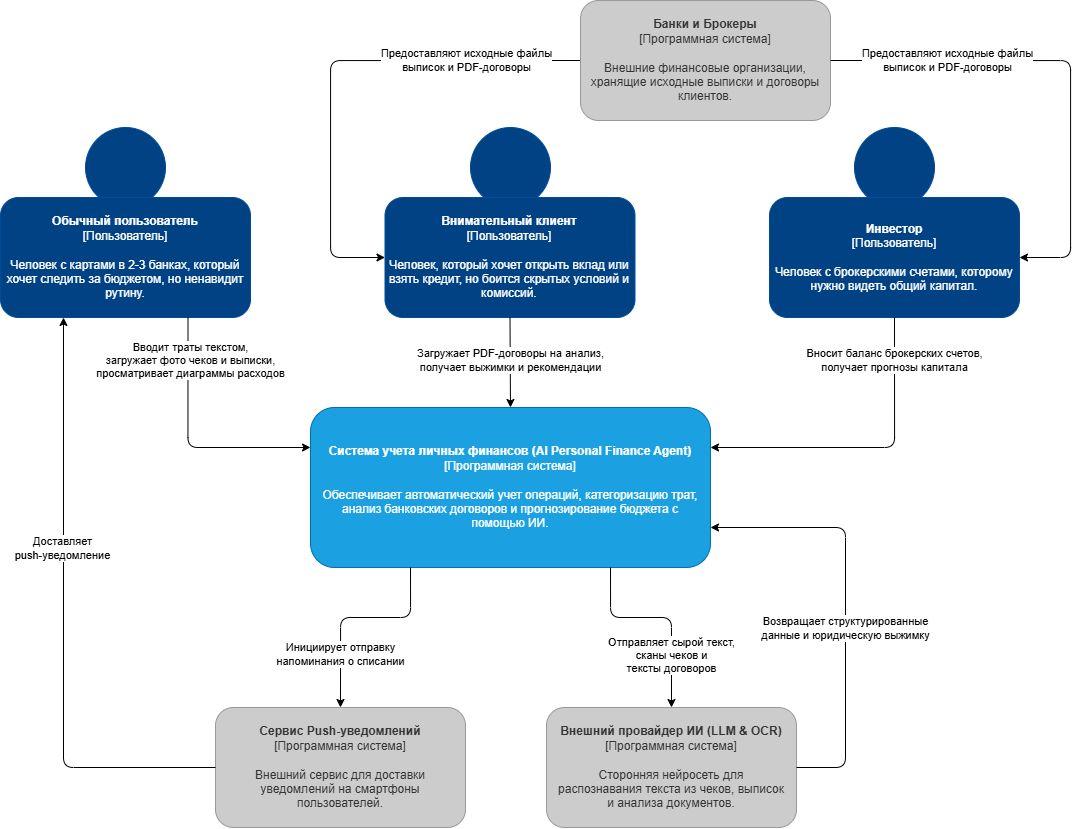
This is assests/scheme_C4/scheme_C4_leve1.png from MrDuckVC/management-of-it-projects-VKEdu, a draw.io export, as it was before one commit. Source tidied: cells renumbered, new cells last; positions are measured from the earlier drawing's top-left corner, leaving out a move shared by most shapes. Source of this version:
```xml
<mxGraphModel>
  <root>
    <mxCell id="0" />
    <mxCell id="1" parent="0" />
    <mxCell id="2" style="ellipse;whiteSpace=wrap;html=1;fillColor=#004283;strokeColor=#004C99;" parent="1" vertex="1">
      <mxGeometry x="85" y="127" width="80" height="80" as="geometry" />
    </mxCell>
    <mxCell id="3" style="ellipse;whiteSpace=wrap;html=1;fillColor=#004283;strokeColor=#004C99;" parent="1" vertex="1">
      <mxGeometry x="470" y="127" width="80" height="80" as="geometry" />
    </mxCell>
    <mxCell id="4" style="ellipse;whiteSpace=wrap;html=1;fillColor=#004283;strokeColor=#004C99;" parent="1" vertex="1">
      <mxGeometry x="854" y="127" width="80" height="80" as="geometry" />
    </mxCell>
    <mxCell id="5" value="&lt;b&gt;Система учета личных финансов (AI Personal Finance Agent)&lt;/b&gt;&lt;br&gt;[Программная система]&lt;br&gt;&lt;br&gt;Обеспечивает автоматический учет операций, категоризацию трат, анализ банковских договоров и прогнозирование бюджета с помощью ИИ." style="rounded=1;whiteSpace=wrap;html=1;fillColor=#1ba1e2;strokeColor=#006EAF;fontColor=#ffffff;align=center;verticalAlign=middle;spacing=10;" parent="1" vertex="1">
      <mxGeometry x="310" y="407" width="400" height="160" as="geometry" />
    </mxCell>
    <mxCell id="6" value="&lt;b&gt;Обычный пользователь&lt;/b&gt;&lt;br&gt;[Пользователь]&lt;br&gt;&lt;br&gt;Человек с картами в 2-3 банках, который хочет следить за бюджетом, но ненавидит рутину." style="shape=mxgraph.basic.person;html=1;fillColor=#004283;strokeColor=#004C99;fontColor=#FFFFFF;verticalLabelPosition=middle;verticalAlign=middle;align=center;labelBackgroundColor=none;fontStyle=0;rounded=1;convertToSvg=0;labelPosition=center;whiteSpace=wrap;" parent="1" vertex="1">
      <mxGeometry y="197" width="250" height="120" as="geometry" />
    </mxCell>
    <mxCell id="7" value="&lt;b&gt;Внимательный клиент&lt;/b&gt;&lt;br&gt;[Пользователь]&lt;br&gt;&lt;br&gt;Человек, который хочет открыть вклад или взять кредит, но боится скрытых условий и комиссий." style="shape=mxgraph.basic.person;html=1;fillColor=#004283;strokeColor=#004C99;fontColor=#FFFFFF;verticalLabelPosition=middle;verticalAlign=middle;align=center;labelBackgroundColor=none;fontStyle=0;rounded=1;convertToSvg=0;labelPosition=center;whiteSpace=wrap;" parent="1" vertex="1">
      <mxGeometry x="384.5" y="197" width="250" height="120" as="geometry" />
    </mxCell>
    <mxCell id="8" value="&lt;b&gt;Инвестор&lt;/b&gt;&lt;br&gt;[Пользователь]&lt;br&gt;&lt;br&gt;Человек с брокерскими счетами, которому нужно видеть общий капитал." style="shape=mxgraph.basic.person;html=1;fillColor=#004283;strokeColor=#004C99;fontColor=#FFFFFF;verticalLabelPosition=middle;verticalAlign=middle;align=center;labelBackgroundColor=none;fontStyle=0;rounded=1;convertToSvg=0;labelPosition=center;whiteSpace=wrap;" parent="1" vertex="1">
      <mxGeometry x="769" y="197" width="250" height="120" as="geometry" />
    </mxCell>
    <mxCell id="9" value="&lt;b&gt;Внешний провайдер ИИ (LLM &amp; OCR)&lt;/b&gt;&lt;br/&gt;[Программная система]&lt;br/&gt;&lt;br/&gt;Сторонняя нейросеть для распознавания текста из чеков, выписок и анализа документов." style="rounded=1;whiteSpace=wrap;html=1;fillColor=#CCCCCC;strokeColor=#999999;fontColor=#333333;align=center;verticalAlign=middle;spacing=10;" parent="1" vertex="1">
      <mxGeometry x="546" y="707" width="250" height="120" as="geometry" />
    </mxCell>
    <mxCell id="10" value="&lt;b&gt;Сервис Push-уведомлений&lt;/b&gt;&lt;br/&gt;[Программная система]&lt;br/&gt;&lt;br/&gt;Внешний сервис для доставки уведомлений на смартфоны пользователей." style="rounded=1;whiteSpace=wrap;html=1;fillColor=#CCCCCC;strokeColor=#999999;fontColor=#333333;align=center;verticalAlign=middle;spacing=10;" parent="1" vertex="1">
      <mxGeometry x="215" y="707" width="250" height="120" as="geometry" />
    </mxCell>
    <mxCell id="11" style="edgeStyle=orthogonalEdgeStyle;rounded=1;jettySize=auto;html=1;exitX=0;exitY=0.5;exitDx=0;exitDy=0;entryX=0;entryY=0.5;entryDx=0;entryDy=0;curved=0;" parent="1" edge="1" source="13" target="7">
      <mxGeometry relative="1" as="geometry">
        <Array as="points">
          <mxPoint x="330" y="60" />
          <mxPoint x="330" y="257" />
        </Array>
      </mxGeometry>
    </mxCell>
    <mxCell id="12" value="Предоставляют исходные файлы&lt;div&gt;выписок и PDF-договоры&lt;/div&gt;" style="edgeLabel;html=1;align=center;verticalAlign=middle;" parent="11" vertex="1">
      <mxGeometry x="0.22" y="-2" relative="1" as="geometry">
        <mxPoint x="137" y="-57" as="offset" />
      </mxGeometry>
    </mxCell>
    <mxCell id="13" value="&lt;b&gt;Банки и Брокеры&lt;/b&gt;&lt;br/&gt;[Программная система]&lt;br/&gt;&lt;br/&gt;Внешние финансовые организации, хранящие исходные выписки и договоры клиентов." style="rounded=1;whiteSpace=wrap;html=1;fillColor=#CCCCCC;strokeColor=#999999;fontColor=#333333;align=center;verticalAlign=middle;spacing=10;" parent="1" vertex="1">
      <mxGeometry x="580" width="250" height="120" as="geometry" />
    </mxCell>
    <mxCell id="14" value="Вводит траты текстом,&lt;br&gt;загружает фото чеков и выписки,&lt;br&gt;просматривает диаграммы расходов" style="endArrow=classic;html=1;exitX=0.75;exitY=1;exitDx=0;exitDy=0;entryX=0;entryY=0.25;entryDx=0;entryDy=0;edgeStyle=orthogonalEdgeStyle;rounded=1;" parent="1" edge="1" source="6" target="5">
      <mxGeometry x="-0.66" y="3" relative="1" as="geometry" />
    </mxCell>
    <mxCell id="15" value="Загружает PDF-договоры на анализ,&lt;br&gt;получает выжимки и рекомендации" style="endArrow=classic;html=1;exitX=0.5;exitY=1;exitDx=0;exitDy=0;entryX=0.5;entryY=0;entryDx=0;entryDy=0;" parent="1" edge="1" source="7" target="5">
      <mxGeometry x="-0.04" relative="1" as="geometry" />
    </mxCell>
    <mxCell id="16" value="Вносит баланс&amp;nbsp;&lt;span style=&quot;background-color: light-dark(#ffffff, var(--ge-dark-color, #121212)); color: light-dark(rgb(0, 0, 0), rgb(255, 255, 255));&quot;&gt;брокерских счетов,&lt;/span&gt;&lt;div&gt;&lt;div&gt;получает прогнозы капитала&lt;/div&gt;&lt;/div&gt;" style="endArrow=classic;html=1;exitX=0.5;exitY=1;exitDx=0;exitDy=0;entryX=1;entryY=0.25;entryDx=0;entryDy=0;edgeStyle=orthogonalEdgeStyle;rounded=1;" parent="1" edge="1" source="8" target="5">
      <mxGeometry x="-0.73" relative="1" as="geometry" />
    </mxCell>
    <mxCell id="17" value="Предоставляют исходные файлы&lt;div&gt;выписок и PDF-договоры&lt;/div&gt;" style="endArrow=classic;html=1;exitX=1;exitY=0.5;exitDx=0;exitDy=0;entryX=1;entryY=0.5;entryDx=0;entryDy=0;edgeStyle=orthogonalEdgeStyle;rounded=1;" parent="1" edge="1" source="13" target="8">
      <mxGeometry x="-0.52" relative="1" as="geometry">
        <Array as="points">
          <mxPoint x="1070" y="60" />
          <mxPoint x="1070" y="257" />
        </Array>
      </mxGeometry>
    </mxCell>
    <mxCell id="18" value="Отправляет сырой текст,&lt;br&gt;сканы чеков и&lt;br&gt;тексты договоров" style="endArrow=classic;html=1;exitX=0.75;exitY=1;exitDx=0;exitDy=0;entryX=0.5;entryY=0;entryDx=0;entryDy=0;edgeStyle=orthogonalEdgeStyle;rounded=1;" parent="1" edge="1" source="5" target="9">
      <mxGeometry x="0.48" relative="1" as="geometry">
        <Array as="points">
          <mxPoint x="610" y="617" />
          <mxPoint x="671" y="617" />
        </Array>
      </mxGeometry>
    </mxCell>
    <mxCell id="19" value="Возвращает структурированные&lt;br&gt;данные и юридическую выжимку" style="endArrow=classic;html=1;exitX=1;exitY=0.5;exitDx=0;exitDy=0;entryX=1;entryY=0.75;entryDx=0;entryDy=0;edgeStyle=orthogonalEdgeStyle;rounded=1;" parent="1" edge="1" source="9" target="5">
      <mxGeometry x="-0.11" relative="1" as="geometry">
        <Array as="points">
          <mxPoint x="845" y="767" />
          <mxPoint x="845" y="527" />
        </Array>
      </mxGeometry>
    </mxCell>
    <mxCell id="20" value="Инициирует отправку&lt;div&gt;напоминания о списании&lt;/div&gt;" style="endArrow=classic;html=1;exitX=0.25;exitY=1;exitDx=0;exitDy=0;entryX=0.5;entryY=0;entryDx=0;entryDy=0;edgeStyle=orthogonalEdgeStyle;rounded=1;" parent="1" edge="1" source="5" target="10">
      <mxGeometry x="0.5" relative="1" as="geometry">
        <Array as="points">
          <mxPoint x="410" y="617" />
          <mxPoint x="340" y="617" />
        </Array>
      </mxGeometry>
    </mxCell>
    <mxCell id="21" value="Доставляет&lt;div&gt;push-уведомление&lt;/div&gt;" style="endArrow=classic;html=1;exitX=0;exitY=0.5;exitDx=0;exitDy=0;entryX=0.25;entryY=1;entryDx=0;entryDy=0;edgeStyle=orthogonalEdgeStyle;rounded=1;" parent="1" edge="1" source="10" target="6">
      <mxGeometry x="0.23" y="1" relative="1" as="geometry">
        <Array as="points">
          <mxPoint x="63" y="767" />
          <mxPoint x="63" y="317" />
        </Array>
      </mxGeometry>
    </mxCell>
  </root>
</mxGraphModel>
```
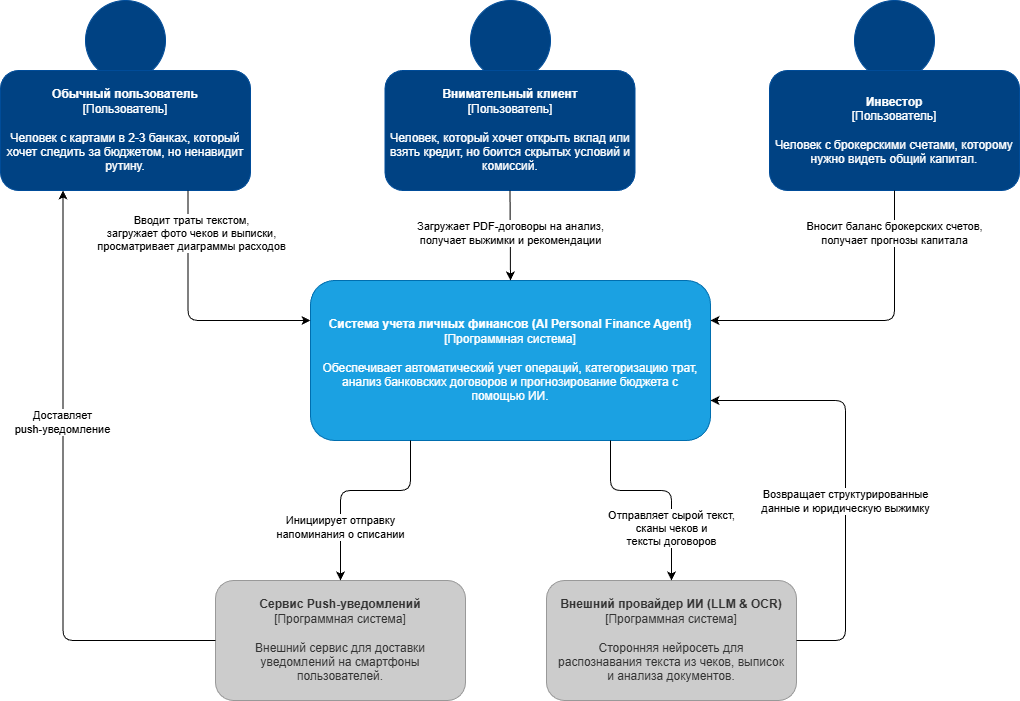
The same diagram one commit later.

What changed in the source:
```diff
@@ -29,22 +29,6 @@
     <mxCell id="10" value="&lt;b&gt;Сервис Push-уведомлений&lt;/b&gt;&lt;br/&gt;[Программная система]&lt;br/&gt;&lt;br/&gt;Внешний сервис для доставки уведомлений на смартфоны пользователей." style="rounded=1;whiteSpace=wrap;html=1;fillColor=#CCCCCC;strokeColor=#999999;fontColor=#333333;align=center;verticalAlign=middle;spacing=10;" parent="1" vertex="1">
       <mxGeometry x="215" y="707" width="250" height="120" as="geometry" />
     </mxCell>
-    <mxCell id="11" style="edgeStyle=orthogonalEdgeStyle;rounded=1;jettySize=auto;html=1;exitX=0;exitY=0.5;exitDx=0;exitDy=0;entryX=0;entryY=0.5;entryDx=0;entryDy=0;curved=0;" parent="1" edge="1" source="13" target="7">
-      <mxGeometry relative="1" as="geometry">
-        <Array as="points">
-          <mxPoint x="330" y="60" />
-          <mxPoint x="330" y="257" />
-        </Array>
-      </mxGeometry>
-    </mxCell>
-    <mxCell id="12" value="Предоставляют исходные файлы&lt;div&gt;выписок и PDF-договоры&lt;/div&gt;" style="edgeLabel;html=1;align=center;verticalAlign=middle;" parent="11" vertex="1">
-      <mxGeometry x="0.22" y="-2" relative="1" as="geometry">
-        <mxPoint x="137" y="-57" as="offset" />
-      </mxGeometry>
-    </mxCell>
-    <mxCell id="13" value="&lt;b&gt;Банки и Брокеры&lt;/b&gt;&lt;br/&gt;[Программная система]&lt;br/&gt;&lt;br/&gt;Внешние финансовые организации, хранящие исходные выписки и договоры клиентов." style="rounded=1;whiteSpace=wrap;html=1;fillColor=#CCCCCC;strokeColor=#999999;fontColor=#333333;align=center;verticalAlign=middle;spacing=10;" parent="1" vertex="1">
-      <mxGeometry x="580" width="250" height="120" as="geometry" />
-    </mxCell>
     <mxCell id="14" value="Вводит траты текстом,&lt;br&gt;загружает фото чеков и выписки,&lt;br&gt;просматривает диаграммы расходов" style="endArrow=classic;html=1;exitX=0.75;exitY=1;exitDx=0;exitDy=0;entryX=0;entryY=0.25;entryDx=0;entryDy=0;edgeStyle=orthogonalEdgeStyle;rounded=1;" parent="1" edge="1" source="6" target="5">
       <mxGeometry x="-0.66" y="3" relative="1" as="geometry" />
     </mxCell>
@@ -54,14 +38,6 @@
     <mxCell id="16" value="Вносит баланс&amp;nbsp;&lt;span style=&quot;background-color: light-dark(#ffffff, var(--ge-dark-color, #121212)); color: light-dark(rgb(0, 0, 0), rgb(255, 255, 255));&quot;&gt;брокерских счетов,&lt;/span&gt;&lt;div&gt;&lt;div&gt;получает прогнозы капитала&lt;/div&gt;&lt;/div&gt;" style="endArrow=classic;html=1;exitX=0.5;exitY=1;exitDx=0;exitDy=0;entryX=1;entryY=0.25;entryDx=0;entryDy=0;edgeStyle=orthogonalEdgeStyle;rounded=1;" parent="1" edge="1" source="8" target="5">
       <mxGeometry x="-0.73" relative="1" as="geometry" />
     </mxCell>
-    <mxCell id="17" value="Предоставляют исходные файлы&lt;div&gt;выписок и PDF-договоры&lt;/div&gt;" style="endArrow=classic;html=1;exitX=1;exitY=0.5;exitDx=0;exitDy=0;entryX=1;entryY=0.5;entryDx=0;entryDy=0;edgeStyle=orthogonalEdgeStyle;rounded=1;" parent="1" edge="1" source="13" target="8">
-      <mxGeometry x="-0.52" relative="1" as="geometry">
-        <Array as="points">
-          <mxPoint x="1070" y="60" />
-          <mxPoint x="1070" y="257" />
-        </Array>
-      </mxGeometry>
-    </mxCell>
     <mxCell id="18" value="Отправляет сырой текст,&lt;br&gt;сканы чеков и&lt;br&gt;тексты договоров" style="endArrow=classic;html=1;exitX=0.75;exitY=1;exitDx=0;exitDy=0;entryX=0.5;entryY=0;entryDx=0;entryDy=0;edgeStyle=orthogonalEdgeStyle;rounded=1;" parent="1" edge="1" source="5" target="9">
       <mxGeometry x="0.48" relative="1" as="geometry">
         <Array as="points">
```
